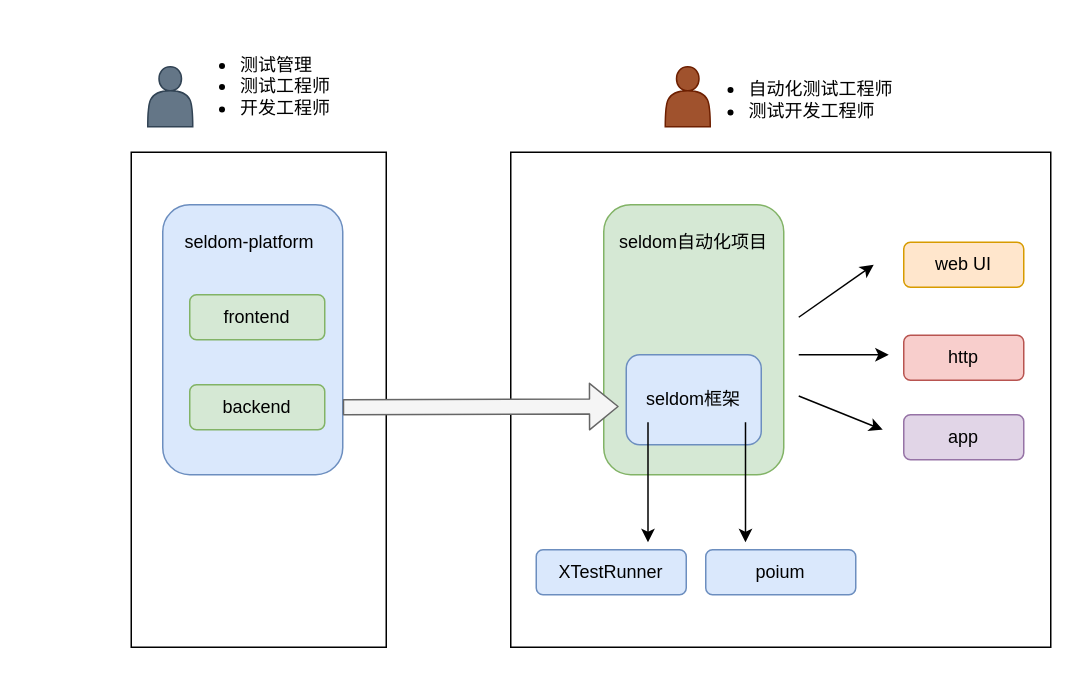
Above: architecture.drawio in SeldomQA/seldom-platform (draw.io), before the change. Source tidied: cells renumbered, new cells numbered last; positions are measured from the earlier drawing's top-left corner, leaving out a move shared by most shapes. Both pictures are drawn from the tidied source at 150%, with x=0, y=0 at pixel (130, 26).
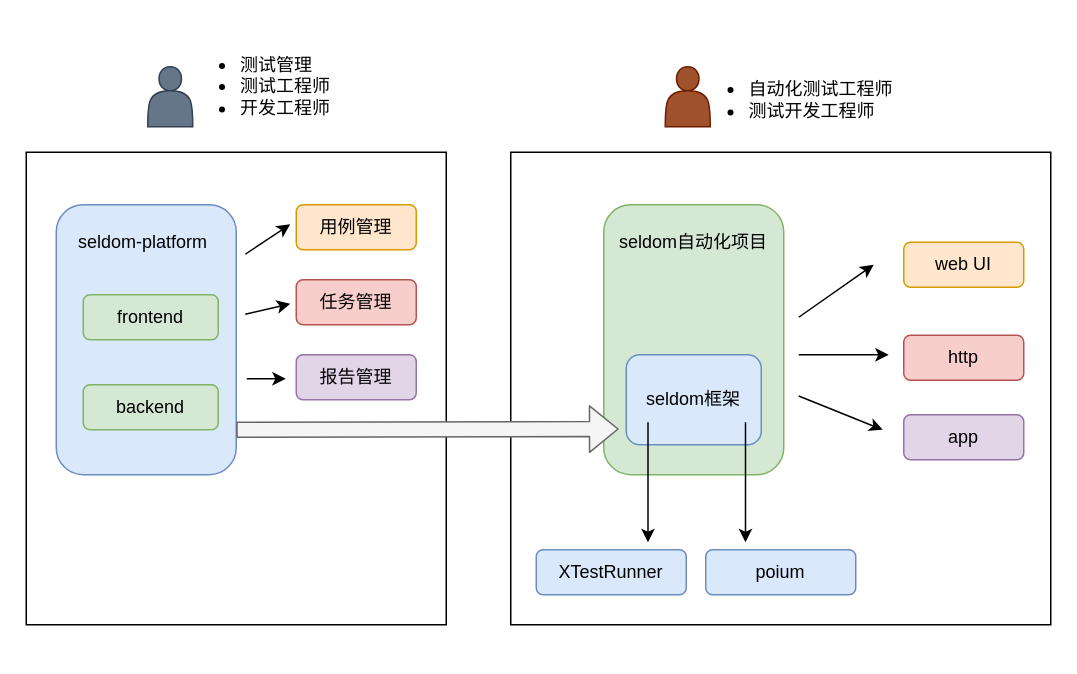
The same page after the edit.

Commit message (it also covers changes not shown here):
doc: seldom architecture

What changed in the source:
```diff
@@
     <mxCell id="2" style="rounded=0;whiteSpace=wrap;html=1;" parent="1" vertex="1">
-      <mxGeometry y="84" width="170" height="330" as="geometry" />
+      <mxGeometry x="-70" y="84" width="280" height="315" as="geometry" />
     </mxCell>
     <mxCell id="3" style="rounded=0;whiteSpace=wrap;html=1;" parent="1" vertex="1">
-      <mxGeometry x="253" y="84" width="360" height="330" as="geometry" />
+      <mxGeometry x="253" y="84" width="360" height="315" as="geometry" />
     </mxCell>
     <mxCell id="4" style="rounded=1;whiteSpace=wrap;html=1;fillColor=#dae8fc;strokeColor=#6c8ebf;" parent="1" vertex="1">
-      <mxGeometry x="21" y="119" width="120" height="180" as="geometry" />
+      <mxGeometry x="-50" y="119" width="120" height="180" as="geometry" />
     </mxCell>
     <mxCell id="5" value="seldom-platform" style="text;html=1;strokeColor=none;fillColor=none;align=center;verticalAlign=middle;whiteSpace=wrap;rounded=0;" parent="1" vertex="1">
-      <mxGeometry x="29" y="129" width="100" height="30" as="geometry" />
+      <mxGeometry x="-42" y="129" width="100" height="30" as="geometry" />
     </mxCell>
     <mxCell id="6" value="frontend" style="rounded=1;whiteSpace=wrap;html=1;fillColor=#d5e8d4;strokeColor=#82b366;" parent="1" vertex="1">
-      <mxGeometry x="39" y="179" width="90" height="30" as="geometry" />
+      <mxGeometry x="-32" y="179" width="90" height="30" as="geometry" />
     </mxCell>
     <mxCell id="7" value="backend" style="rounded=1;whiteSpace=wrap;html=1;fillColor=#d5e8d4;strokeColor=#82b366;" parent="1" vertex="1">
-      <mxGeometry x="39" y="239" width="90" height="30" as="geometry" />
+      <mxGeometry x="-32" y="239" width="90" height="30" as="geometry" />
     </mxCell>
@@
-    <mxCell id="12" style="shape=flexArrow;endArrow=classic;html=1;fillColor=#f5f5f5;strokeColor=#666666;exitX=1;exitY=0.75;exitDx=0;exitDy=0;" parent="1" edge="1" source="4">
+    <mxCell id="12" style="shape=flexArrow;endArrow=classic;html=1;fillColor=#f5f5f5;strokeColor=#666666;exitX=1;exitY=0.75;exitDx=0;exitDy=0;" parent="1" edge="1">
       <mxGeometry relative="1" as="geometry">
-        <mxPoint x="325" y="253.5" as="targetPoint" />
+        <mxPoint x="70" y="269" as="sourcePoint" />
+        <mxPoint x="325" y="268.5" as="targetPoint" />
       </mxGeometry>
     </mxCell>
@@
+    <mxCell id="26" value="用例管理" style="rounded=1;whiteSpace=wrap;html=1;fillColor=#ffe6cc;strokeColor=#d79b00;" parent="1" vertex="1">
+      <mxGeometry x="110" y="119" width="80" height="30" as="geometry" />
+    </mxCell>
+    <mxCell id="27" value="任务管理" style="rounded=1;whiteSpace=wrap;html=1;fillColor=#f8cecc;strokeColor=#b85450;" parent="1" vertex="1">
+      <mxGeometry x="110" y="169" width="80" height="30" as="geometry" />
+    </mxCell>
+    <mxCell id="28" value="报告管理" style="rounded=1;whiteSpace=wrap;html=1;fillColor=#e1d5e7;strokeColor=#9673a6;" parent="1" vertex="1">
+      <mxGeometry x="110" y="219" width="80" height="30" as="geometry" />
+    </mxCell>
+    <mxCell id="29" style="endArrow=classic;html=1;" parent="1" edge="1">
+      <mxGeometry relative="1" as="geometry">
+        <mxPoint x="76" y="152" as="sourcePoint" />
+        <mxPoint x="106" y="132" as="targetPoint" />
+      </mxGeometry>
+    </mxCell>
+    <mxCell id="30" style="endArrow=classic;html=1;" parent="1" edge="1">
+      <mxGeometry relative="1" as="geometry">
+        <mxPoint x="77" y="235" as="sourcePoint" />
+        <mxPoint x="103" y="235" as="targetPoint" />
+      </mxGeometry>
+    </mxCell>
+    <mxCell id="31" style="endArrow=classic;html=1;" parent="1" edge="1">
+      <mxGeometry relative="1" as="geometry">
+        <mxPoint x="76" y="192" as="sourcePoint" />
+        <mxPoint x="106" y="185" as="targetPoint" />
+      </mxGeometry>
+    </mxCell>
```
